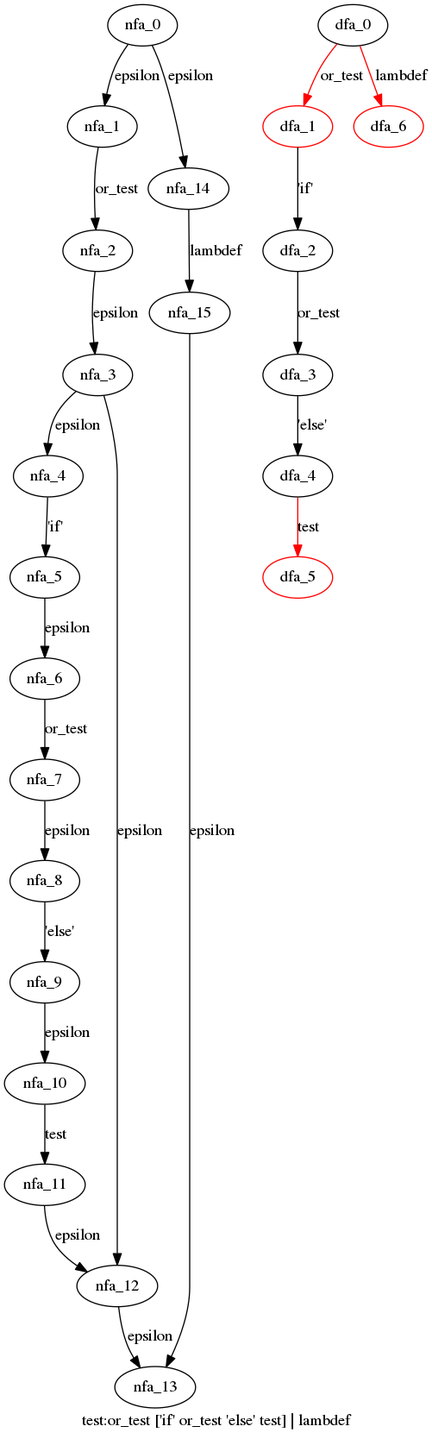
Earlier version of the Graphviz export cpython/grammar/handwrite/nfa_dfas/50.test.dot.png (WinChua/blog). Its source is kept beside it as cpython/grammar/handwrite/nfa_dfas/50.test.dot.
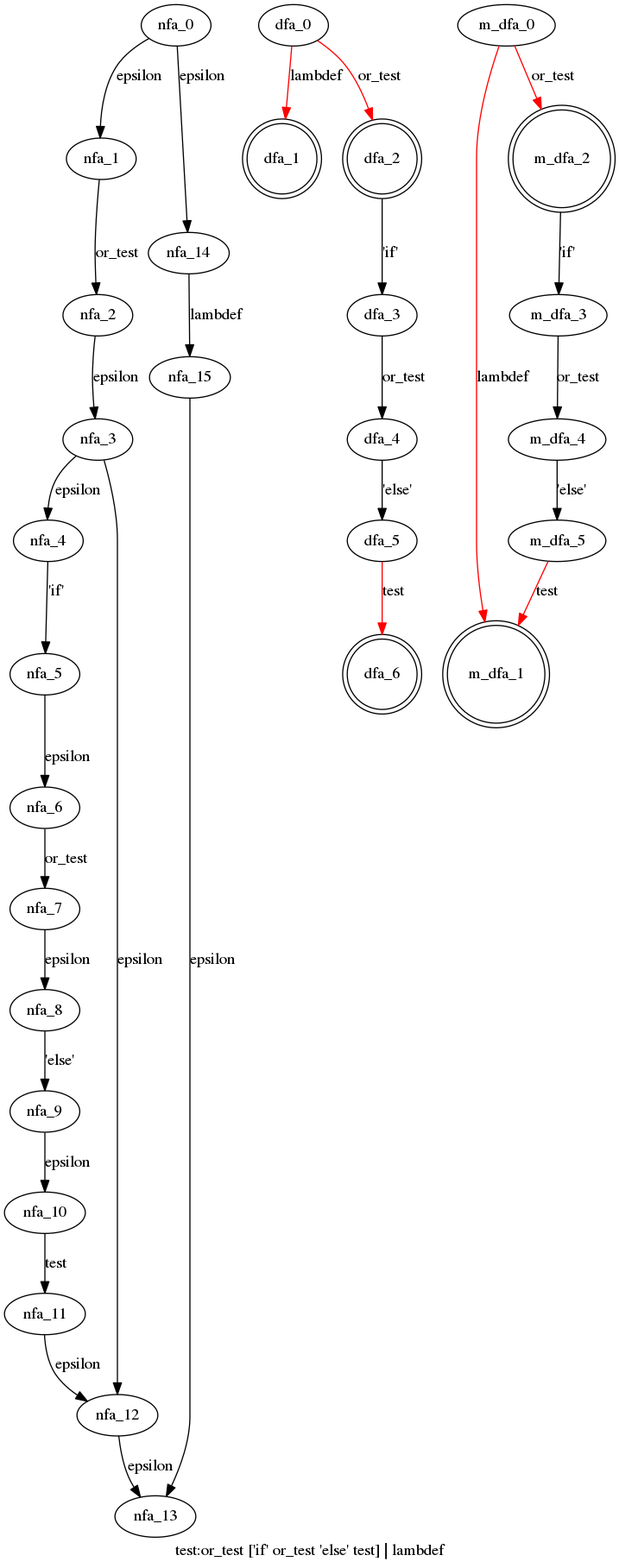
The same diagram one commit later.

What changed in the source:
```diff
@@ -20,14 +20,24 @@
   nfa_15->nfa_13[label="epsilon"]
   }
  subgraph test_dfa {
-  dfa_0->dfa_1[label="or_test",color=red]
-  dfa_1->dfa_2[label="'if'"]
-  dfa_2->dfa_3[label="or_test"]
-  dfa_3->dfa_4[label="'else'"]
-  dfa_4->dfa_5[label="test",color=red]
-  dfa_0->dfa_6[label="lambdef",color=red]
-  dfa_1[color=red]
-  dfa_5[color=red]
-  dfa_6[color=red]
+  dfa_0->dfa_1[label="lambdef",color=red]
+  dfa_0->dfa_2[label="or_test",color=red]
+  dfa_2->dfa_3[label="'if'"]
+  dfa_3->dfa_4[label="or_test"]
+  dfa_4->dfa_5[label="'else'"]
+  dfa_5->dfa_6[label="test",color=red]
+  dfa_1[shape=doublecircle]
+  dfa_2[shape=doublecircle]
+  dfa_6[shape=doublecircle]
+  }
+ subgraph test_m_dfa {
+  m_dfa_0->m_dfa_1[label="lambdef",color=red]
+  m_dfa_0->m_dfa_2[label="or_test",color=red]
+  m_dfa_2->m_dfa_3[label="'if'"]
+  m_dfa_3->m_dfa_4[label="or_test"]
+  m_dfa_4->m_dfa_5[label="'else'"]
+  m_dfa_5->m_dfa_1[label="test",color=red]
+  m_dfa_1[shape=doublecircle]
+  m_dfa_2[shape=doublecircle]
   }
 }
```
